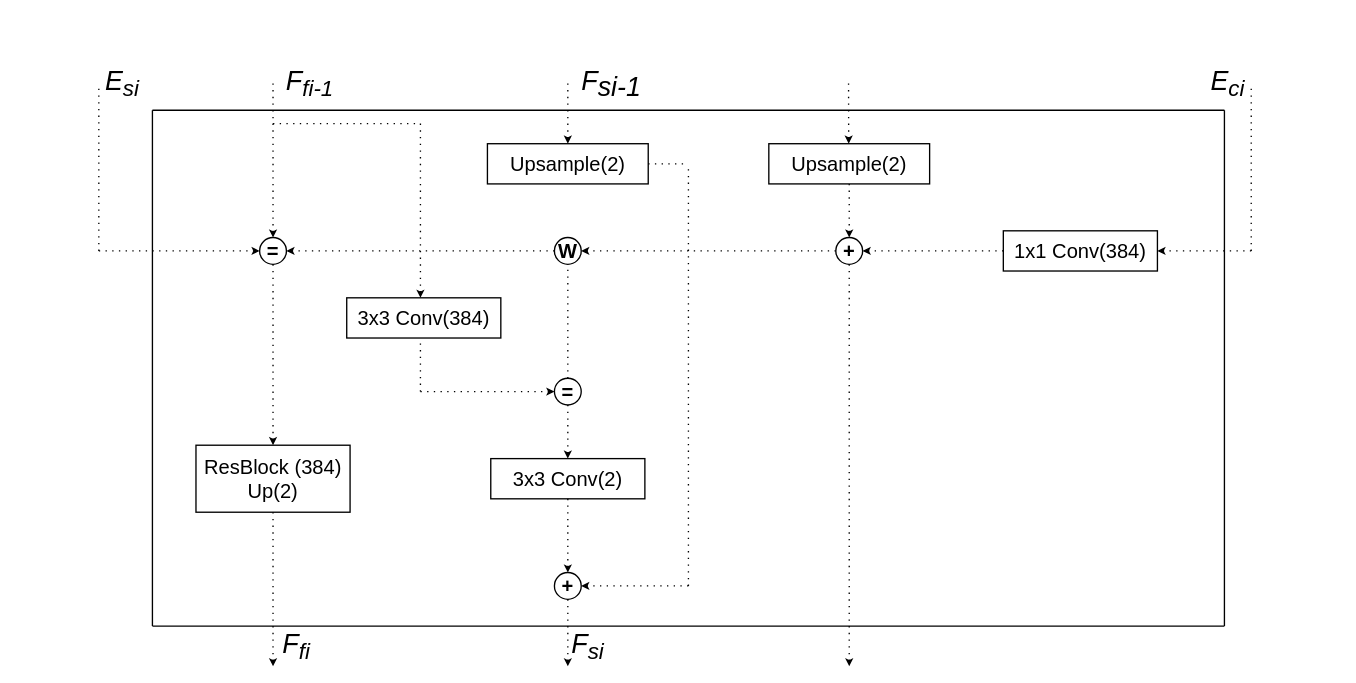
Above: drawMap/Feature_Fusion_Block.drawio in fizzy-1111/slideppTheis (draw.io), before the change. Source tidied: cells renumbered, new cells numbered last; positions are measured from the earlier drawing's top-left corner, leaving out a move shared by most shapes. Both pictures are drawn from the tidied source at 67%, with x=0, y=0 at pixel (65, 63).
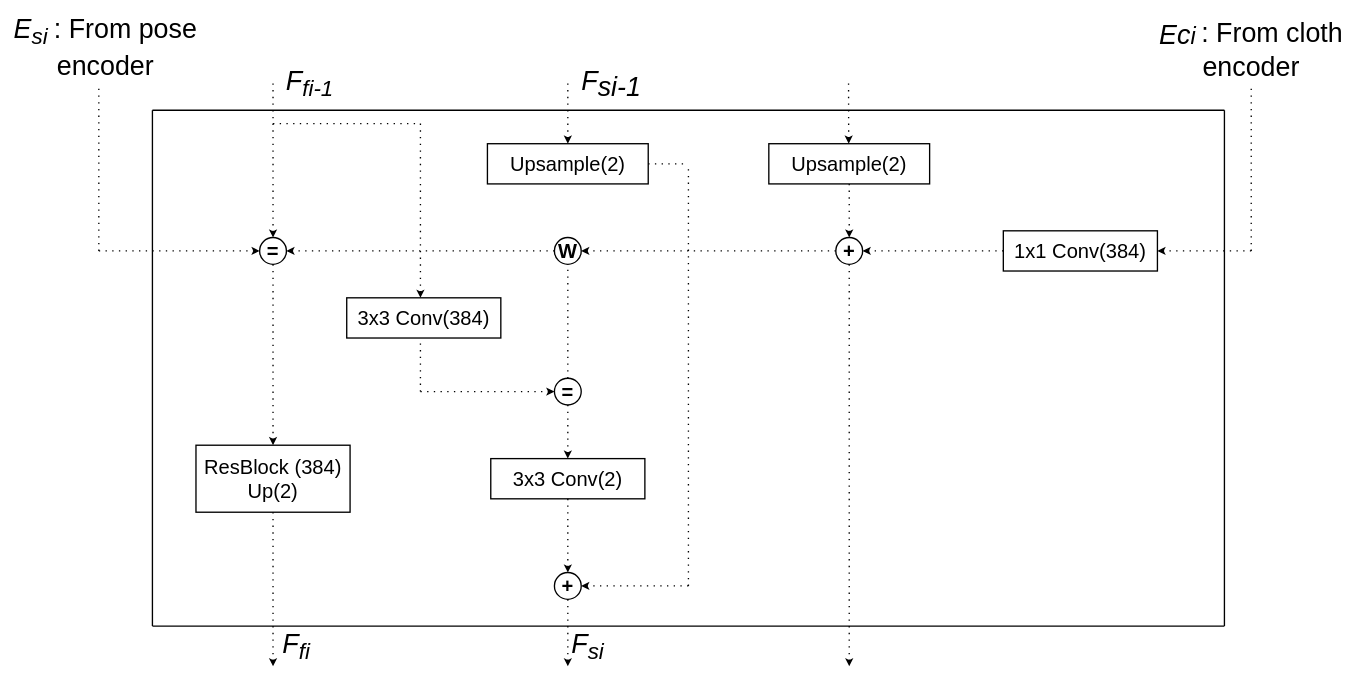
Above is the later version.

The edit, as a diff of the source:
```diff
@@
-    <mxCell id="46" value="&lt;span style=&quot;font-size: 40px;&quot;&gt;&lt;i&gt;E&lt;sub&gt;si&lt;/sub&gt;&lt;/i&gt;&lt;/span&gt;" style="text;html=1;strokeColor=none;fillColor=none;align=center;verticalAlign=middle;whiteSpace=wrap;rounded=0;strokeWidth=2;" parent="1" vertex="1">
-      <mxGeometry width="170" height="60" as="geometry" />
+    <mxCell id="46" value="&lt;span style=&quot;font-size: 40px;&quot;&gt;&lt;i&gt;E&lt;/i&gt;&lt;sub style=&quot;font-style: italic;&quot;&gt;si &lt;/sub&gt;: From pose encoder&lt;/span&gt;" style="text;html=1;strokeColor=none;fillColor=none;align=center;verticalAlign=middle;whiteSpace=wrap;rounded=0;strokeWidth=2;" parent="1" vertex="1">
+      <mxGeometry x="-80" y="-70" width="280" height="90" as="geometry" />
     </mxCell>
-    <mxCell id="47" value="&lt;i style=&quot;font-size: 40px;&quot;&gt;&lt;span style=&quot;&quot;&gt;E&lt;sub&gt;ci&lt;/sub&gt;&lt;/span&gt;&lt;/i&gt;" style="text;html=1;strokeColor=none;fillColor=none;align=center;verticalAlign=middle;whiteSpace=wrap;rounded=0;strokeWidth=2;" parent="1" vertex="1">
-      <mxGeometry x="1650" width="170" height="60" as="geometry" />
+    <mxCell id="47" value="&lt;sub style=&quot;font-style: italic;&quot;&gt;&lt;font style=&quot;font-size: 40px;&quot;&gt;Ec&lt;/font&gt;&lt;font style=&quot;font-size: 35px;&quot;&gt;i&lt;/font&gt;&lt;font style=&quot;font-size: 30px;&quot;&gt;&amp;nbsp;&lt;/font&gt;&lt;/sub&gt;&lt;span style=&quot;font-size: 40px;&quot;&gt;: From cloth encoder&lt;/span&gt;" style="text;html=1;strokeColor=none;fillColor=none;align=center;verticalAlign=middle;whiteSpace=wrap;rounded=0;strokeWidth=2;" parent="1" vertex="1">
+      <mxGeometry x="1630" y="-50" width="280" height="60" as="geometry" />
     </mxCell>
```
